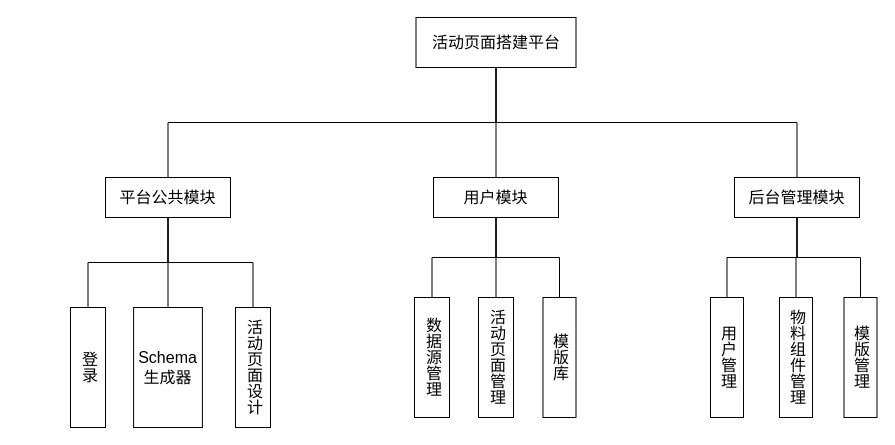
This is 第三章/整体框图.drawio from yuxinyu12345/diagrams, a draw.io file, before an edit. Source tidied: cells renumbered, new cells numbered last; positions are measured from the earlier drawing's top-left corner, leaving out a move shared by most shapes. Both pictures are drawn from the tidied source at 100%, with x=0, y=0 at pixel (70, 17).
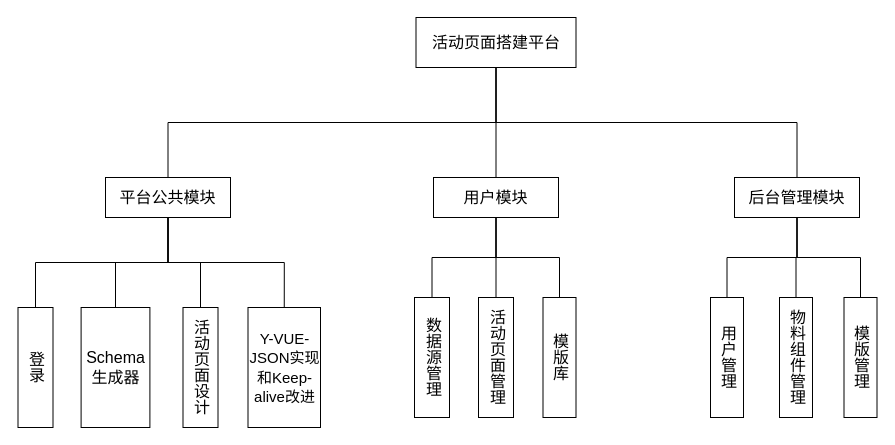
The same diagram, later.

Commit message:
更新整体框图.drawio

Unchanged cells that the change refers to:
```xml
<mxCell id="17" value="平台公共模块" style="rounded=0;whiteSpace=wrap;html=1;fontSize=16;" parent="1" vertex="1">
  <mxGeometry x="35" y="160" width="125" height="40" as="geometry" />
</mxCell>
```

Diff of the diagram source:
```diff
@@
+    <mxCell id="27" style="edgeStyle=orthogonalEdgeStyle;rounded=0;jettySize=auto;html=1;exitX=0.5;exitY=1;exitDx=0;exitDy=0;entryX=0.5;entryY=0;entryDx=0;entryDy=0;endArrow=none;endFill=0;" parent="1" edge="1" source="17" target="28">
+      <mxGeometry relative="1" as="geometry" />
+    </mxCell>
@@
     <mxCell id="21" value="活动页面设计" style="rounded=0;whiteSpace=wrap;html=1;verticalAlign=middle;align=center;labelPosition=center;verticalLabelPosition=middle;textDirection=vertical-rl;fontSize=16;" parent="1" vertex="1">
-      <mxGeometry x="165" y="290" width="35" height="120" as="geometry" />
+      <mxGeometry x="112.5" y="290" width="35" height="120" as="geometry" />
     </mxCell>
@@
     <mxCell id="25" value="Schema&lt;div style=&quot;font-size: 16px;&quot;&gt;生成器&lt;/div&gt;" style="rounded=0;whiteSpace=wrap;html=1;verticalAlign=middle;align=center;labelPosition=center;verticalLabelPosition=middle;textDirection=rtl;fontSize=16;" parent="1" vertex="1">
-      <mxGeometry x="63.1" y="290" width="68.8" height="120" as="geometry" />
+      <mxGeometry x="10.6" y="290" width="68.8" height="120" as="geometry" />
     </mxCell>
     <mxCell id="26" value="登录" style="rounded=0;whiteSpace=wrap;html=1;verticalAlign=middle;align=center;labelPosition=center;verticalLabelPosition=middle;textDirection=vertical-rl;fontSize=16;" parent="1" vertex="1">
-      <mxGeometry y="290" width="35" height="120" as="geometry" />
+      <mxGeometry x="-52.5" y="290" width="35" height="120" as="geometry" />
     </mxCell>
+    <mxCell id="28" value="&lt;font style=&quot;font-size: 15px;&quot;&gt;Y-VUE-JSON实现和Keep-alive改进&lt;/font&gt;" style="rounded=0;whiteSpace=wrap;html=1;verticalAlign=middle;align=center;labelPosition=center;verticalLabelPosition=middle;textDirection=rtl;fontSize=16;" parent="1" vertex="1">
+      <mxGeometry x="177.5" y="290" width="72.5" height="120" as="geometry" />
+    </mxCell>
```
